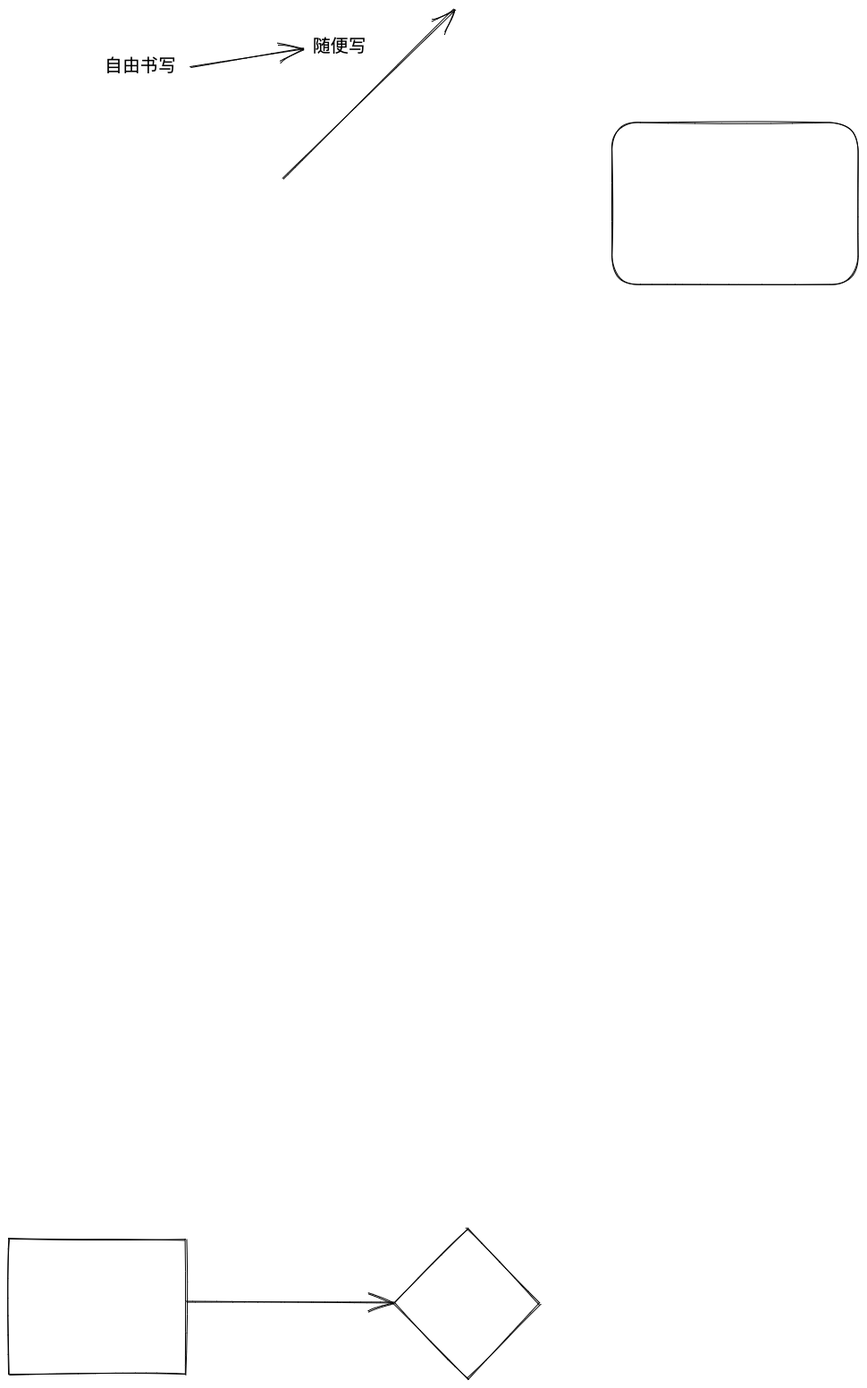
Above: Untitled-2021-11-17-0847.png in phantaci/images (Excalidraw), before the change. Source tidied: one line per element, renumbered; positions are measured from the earlier drawing's top-left corner, leaving out a move shared by most shapes. The source it was exported from:
```json
{"id": 0, "type": "rectangle", "strokeColor": "#000000", "strokeWidth": 1, "roughness": 1, "x": 0, "y": 1375, "width": 198, "height": 150}
{"id": 1, "type": "arrow", "strokeColor": "#000000", "strokeWidth": 1, "roughness": 1, "endArrowhead": "arrow", "round": true, "x": 198, "y": 1445, "width": 234, "height": 1, "points": [[0, 0], [234, 1]]}
{"id": 2, "type": "diamond", "strokeColor": "#000000", "strokeWidth": 1, "roughness": 1, "x": 430, "y": 1362, "width": 164, "height": 169}
{"id": 3, "type": "text", "text": "自由书写", "strokeColor": "#000000", "strokeWidth": 1, "roughness": 1, "fontSize": 20, "fontFamily": 1, "x": 107, "y": 52, "width": 80, "height": 24}
{"id": 4, "type": "text", "text": "随便写", "strokeColor": "#000000", "strokeWidth": 1, "roughness": 1, "fontSize": 20, "fontFamily": 1, "x": 340, "y": 30, "width": 60, "height": 24}
{"id": 5, "type": "arrow", "strokeColor": "#000000", "strokeWidth": 1, "roughness": 1, "endArrowhead": "arrow", "round": true, "from": 3, "to": 4, "x": 203, "y": 64, "width": 127, "height": 21, "points": [[0, 0], [127, -21]]}
{"id": 6, "type": "arrow", "strokeColor": "#000000", "strokeWidth": 1, "roughness": 1, "endArrowhead": "arrow", "round": true, "x": 307, "y": 189, "width": 192, "height": 189, "points": [[0, 0], [192, -189]]}
{"id": 7, "type": "rectangle", "strokeColor": "#000000", "strokeWidth": 1, "roughness": 1, "round": true, "x": 675, "y": 126, "width": 275, "height": 181}
```
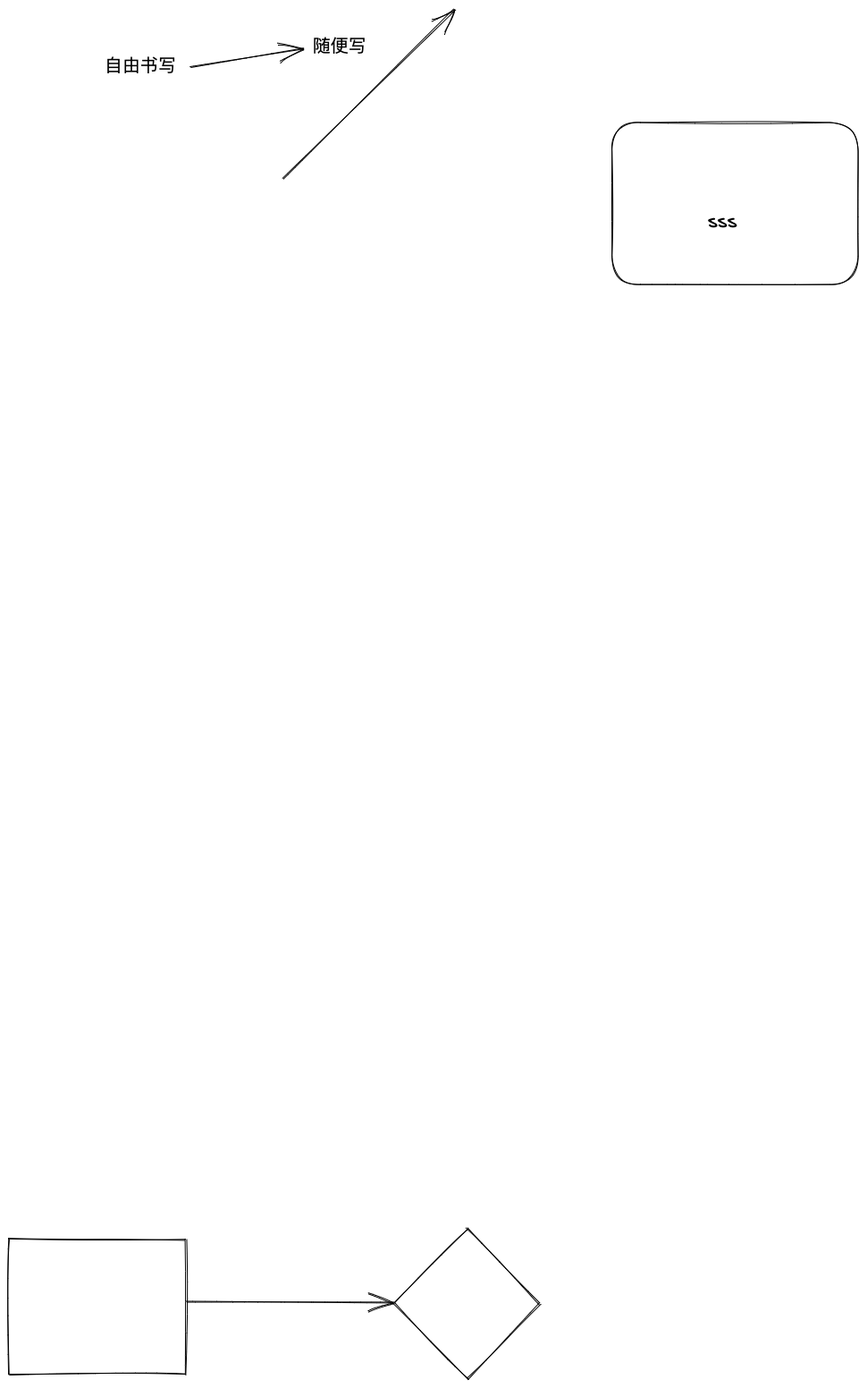
Above is the later version.

Change to the diagram source:
```diff
@@ -6,3 +6,4 @@
 {"id": 5, "type": "arrow", "strokeColor": "#000000", "strokeWidth": 1, "roughness": 1, "endArrowhead": "arrow", "round": true, "from": 3, "to": 4, "x": 203, "y": 64, "width": 127, "height": 21, "points": [[0, 0], [127, -21]]}
 {"id": 6, "type": "arrow", "strokeColor": "#000000", "strokeWidth": 1, "roughness": 1, "endArrowhead": "arrow", "round": true, "x": 307, "y": 189, "width": 192, "height": 189, "points": [[0, 0], [192, -189]]}
 {"id": 7, "type": "rectangle", "strokeColor": "#000000", "strokeWidth": 1, "roughness": 1, "round": true, "x": 675, "y": 126, "width": 275, "height": 181}
+{"id": 8, "type": "text", "text": "sss", "strokeColor": "#000000", "strokeWidth": 1, "roughness": 1, "fontSize": 20, "fontFamily": 1, "x": 782, "y": 224, "width": 33, "height": 25}
```
